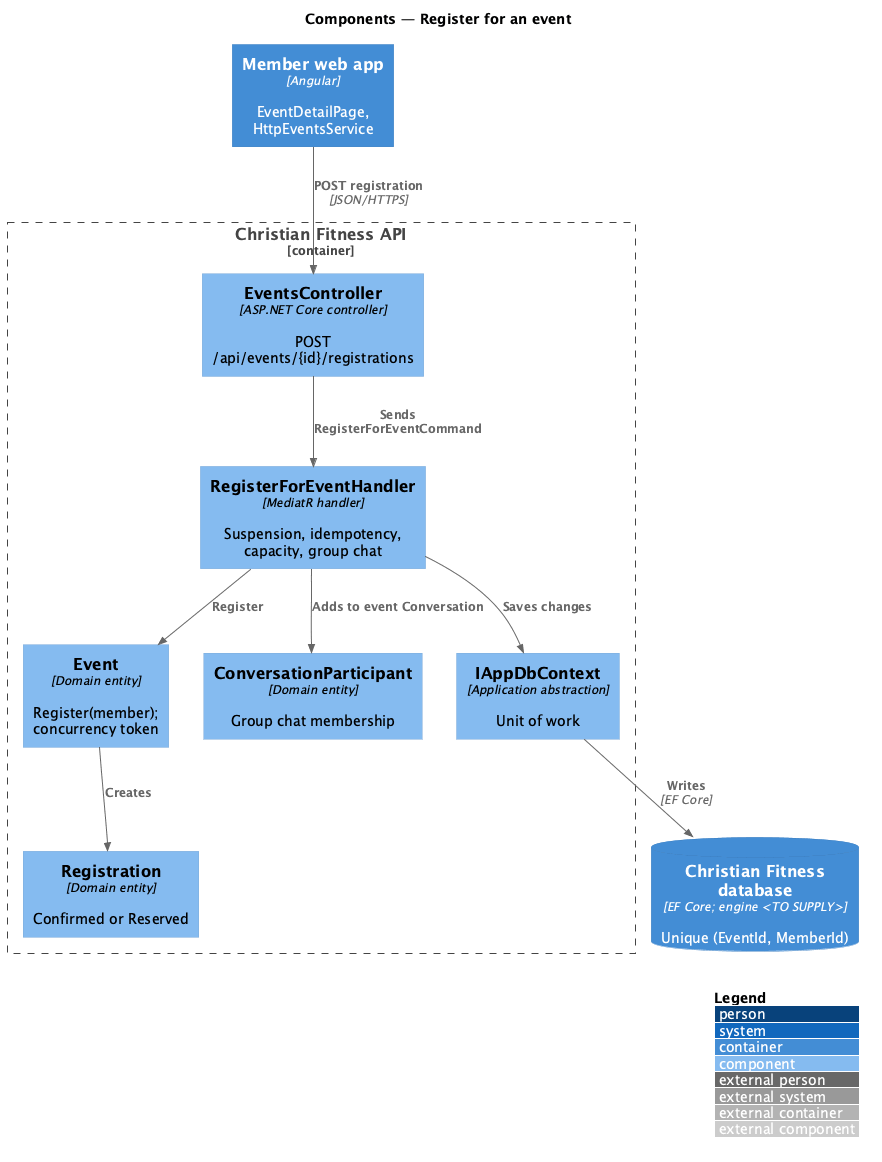
Earlier version of the PlantUML export docs/detailed-designs/events/register-for-event/diagrams/c4-component.png (QuinntyneBrown/christian-fitness).
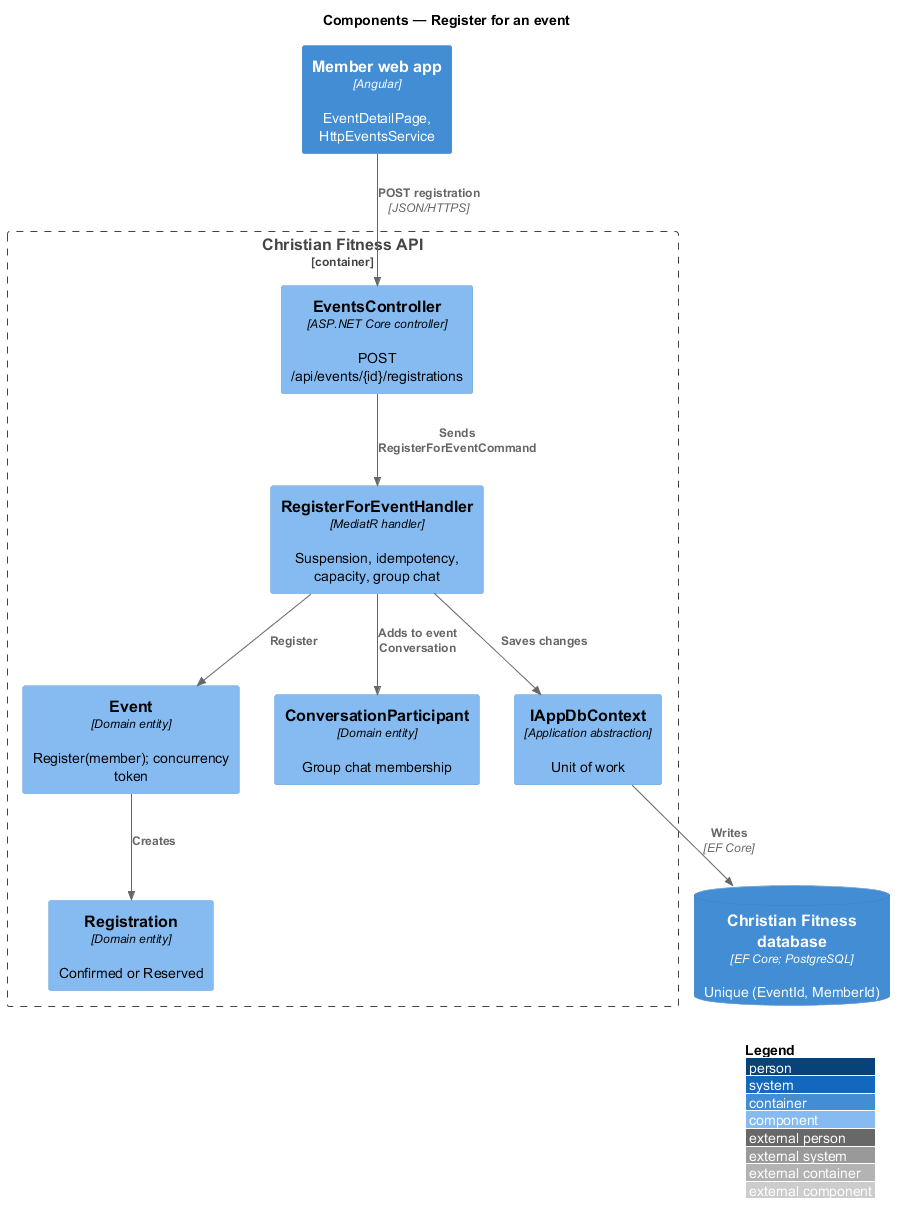
Above is the later version.

Diff of the diagram source:
```diff
@@ -12,7 +12,7 @@
   Component(cp, "ConversationParticipant", "Domain entity", "Group chat membership")
   Component(ctx, "IAppDbContext", "Application abstraction", "Unit of work")
 }
-ContainerDb(db, "Christian Fitness database", "EF Core; engine <TO SUPPLY>", "Unique (EventId, MemberId)")
+ContainerDb(db, "Christian Fitness database", "EF Core; PostgreSQL", "Unique (EventId, MemberId)")
 Rel(web, ctrl, "POST registration", "JSON/HTTPS")
 Rel(ctrl, h, "Sends RegisterForEventCommand")
 Rel(h, ev, "Register")
```
